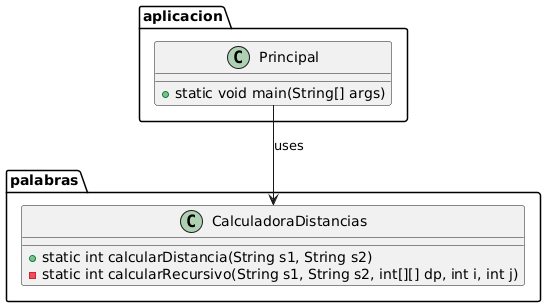
Before: Practica4/imagenes/UML.png, a diagram exported from PlantUML (JoaquinDeVA/Prog-II). The source it was exported from:
```plantuml
@startuml
package palabras {
    class CalculadoraDistancias {
        + static int calcularDistancia(String s1, String s2)
        - static int calcularRecursivo(String s1, String s2, int[][] dp, int i, int j)
    }
}

package aplicacion {
    class Principal {
        + static void main(String[] args)
    }
}

Principal --> CalculadoraDistancias : uses
@enduml
```
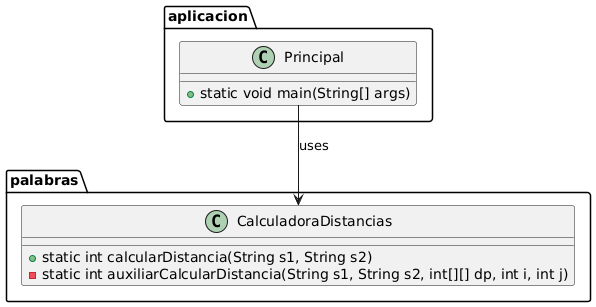
After the commit.

Commit message:
modificaciones UML

Diff of the diagram source:
```diff
@@ -2,7 +2,7 @@
 package palabras {
     class CalculadoraDistancias {
         + static int calcularDistancia(String s1, String s2)
-        - static int calcularRecursivo(String s1, String s2, int[][] dp, int i, int j)
+        - static int auxiliarCalcularDistancia(String s1, String s2, int[][] dp, int i, int j)
     }
 }
 
```
